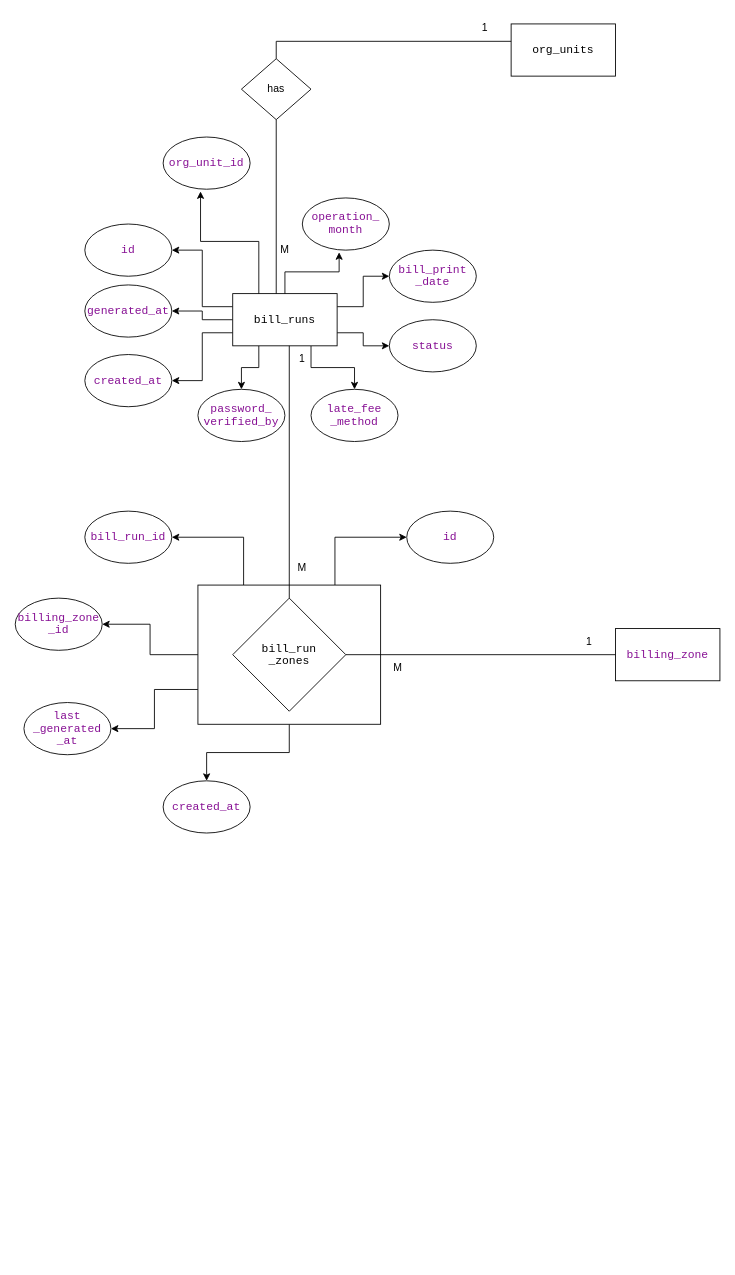
NimnaKs/SoftCare-ERD keeps this draw.io diagram as ERD/SoftCare ERD Diagram.drawio. Above is the earlier version. Source tidied: cells renumbered, new cells numbered last; positions are measured from the earlier drawing's top-left corner, leaving out a move shared by most shapes. Both pictures are drawn from the tidied source at 87%, with x=0, y=0 at pixel (15, 15).
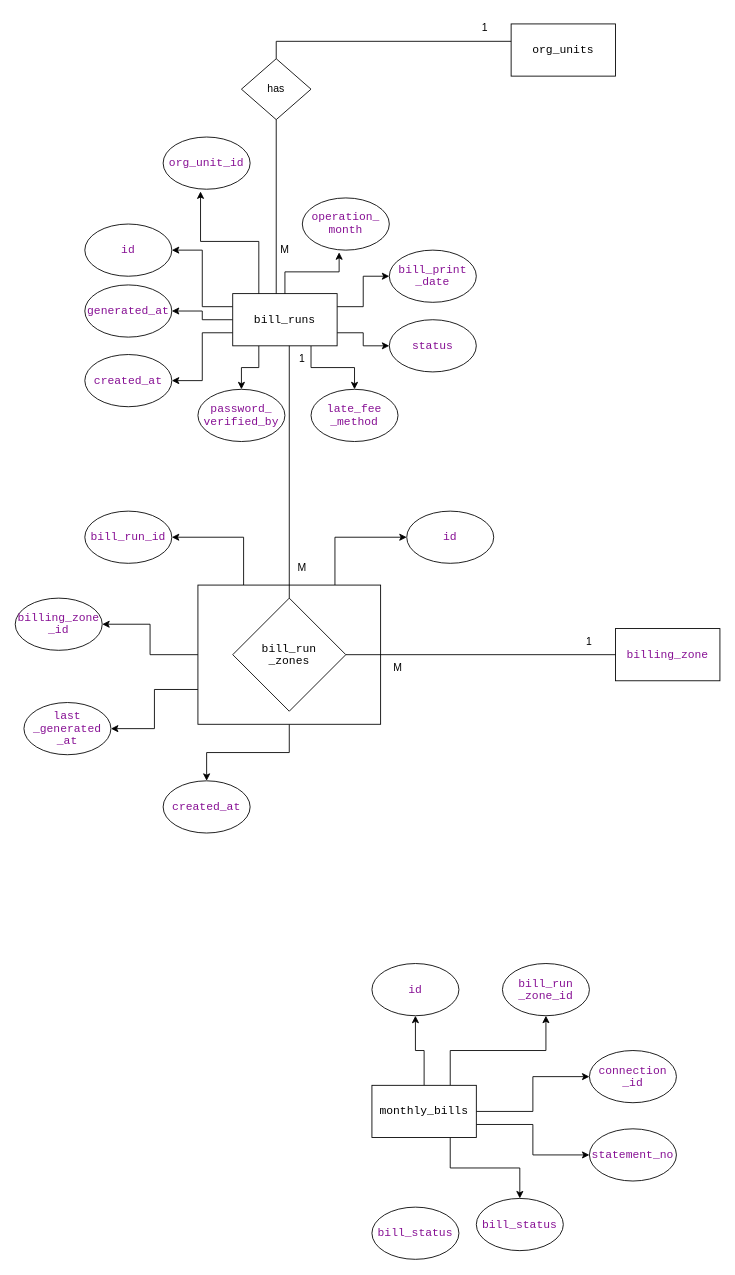
The same page after the edit.

The edit, as a diff of the source:
```diff
@@
-    <mxCell id="34" value="&lt;div style=&quot;background-color: rgb(255, 255, 255); color: rgb(8, 8, 8);&quot;&gt;&lt;pre style=&quot;font-family:'JetBrains Mono',monospace;font-size:9.8pt;&quot;&gt;&lt;div style=&quot;background-color:#ffffff;color:#080808&quot;&gt;&lt;pre style=&quot;font-family:'JetBrains Mono',monospace;font-size:9.8pt;&quot;&gt;&lt;span style=&quot;color:#871094;&quot;&gt;billing_zone&lt;/span&gt;&lt;/pre&gt;&lt;/div&gt;&lt;/pre&gt;&lt;/div&gt;" style="rounded=0;whiteSpace=wrap;html=1;" parent="1" vertex="1">
+    <mxCell id="34" value="&lt;div style=&quot;background-color: rgb(255, 255, 255);&quot;&gt;&lt;pre style=&quot;font-family: &amp;quot;JetBrains Mono&amp;quot;, monospace; font-size: 9.8pt;&quot;&gt;&lt;div style=&quot;background-color: rgb(255, 255, 255);&quot;&gt;&lt;pre style=&quot;font-family: &amp;quot;JetBrains Mono&amp;quot;, monospace; font-size: 9.8pt;&quot;&gt;&lt;span&gt;&lt;font style=&quot;color: light-dark(rgb(135, 16, 148), rgb(230, 230, 230));&quot;&gt;billing_zone&lt;/font&gt;&lt;/span&gt;&lt;/pre&gt;&lt;/div&gt;&lt;/pre&gt;&lt;/div&gt;" style="rounded=0;whiteSpace=wrap;html=1;" parent="1" vertex="1">
       <mxGeometry x="690" y="705" width="120" height="60" as="geometry" />
     </mxCell>
@@
+    <mxCell id="47" style="edgeStyle=orthogonalEdgeStyle;rounded=0;jettySize=auto;html=1;exitX=0.5;exitY=0;exitDx=0;exitDy=0;entryX=0.5;entryY=1;entryDx=0;entryDy=0;" parent="1" edge="1" source="52" target="53">
+      <mxGeometry relative="1" as="geometry" />
+    </mxCell>
+    <mxCell id="48" style="edgeStyle=orthogonalEdgeStyle;rounded=0;jettySize=auto;html=1;exitX=0.75;exitY=0;exitDx=0;exitDy=0;entryX=0.5;entryY=1;entryDx=0;entryDy=0;" parent="1" edge="1" source="52" target="54">
+      <mxGeometry relative="1" as="geometry" />
+    </mxCell>
+    <mxCell id="49" style="edgeStyle=orthogonalEdgeStyle;rounded=0;jettySize=auto;html=1;exitX=1;exitY=0.5;exitDx=0;exitDy=0;entryX=0;entryY=0.5;entryDx=0;entryDy=0;" parent="1" edge="1" source="52" target="55">
+      <mxGeometry relative="1" as="geometry" />
+    </mxCell>
+    <mxCell id="50" style="edgeStyle=orthogonalEdgeStyle;rounded=0;jettySize=auto;html=1;exitX=1;exitY=0.75;exitDx=0;exitDy=0;entryX=0;entryY=0.5;entryDx=0;entryDy=0;" parent="1" edge="1" source="52" target="56">
+      <mxGeometry relative="1" as="geometry" />
+    </mxCell>
+    <mxCell id="51" style="edgeStyle=orthogonalEdgeStyle;rounded=0;jettySize=auto;html=1;exitX=0.75;exitY=1;exitDx=0;exitDy=0;entryX=0.5;entryY=0;entryDx=0;entryDy=0;" parent="1" edge="1" source="52" target="57">
+      <mxGeometry relative="1" as="geometry" />
+    </mxCell>
+    <mxCell id="52" value="&lt;div style=&quot;background-color:#ffffff;color:#080808&quot;&gt;&lt;pre style=&quot;font-family:'JetBrains Mono',monospace;font-size:9.8pt;&quot;&gt;&lt;span style=&quot;color:#000000;&quot;&gt;monthly_bills&lt;/span&gt;&lt;/pre&gt;&lt;/div&gt;" style="rounded=0;whiteSpace=wrap;html=1;" parent="1" vertex="1">
+      <mxGeometry x="410" y="1230" width="120" height="60" as="geometry" />
+    </mxCell>
+    <mxCell id="53" value="&lt;div style=&quot;background-color: rgb(255, 255, 255); color: rgb(8, 8, 8);&quot;&gt;&lt;pre style=&quot;font-family: &amp;quot;JetBrains Mono&amp;quot;, monospace;&quot;&gt;&lt;div style=&quot;background-color: rgb(255, 255, 255); color: rgb(8, 8, 8); line-height: 10%;&quot;&gt;&lt;pre style=&quot;font-family: &amp;quot;JetBrains Mono&amp;quot;, monospace; font-size: 9.8pt; line-height: 10%;&quot;&gt;&lt;div style=&quot;background-color: rgb(255, 255, 255); color: rgb(8, 8, 8);&quot;&gt;&lt;pre style=&quot;font-family:'JetBrains Mono',monospace;font-size:9.8pt;&quot;&gt;&lt;div style=&quot;background-color:#ffffff;color:#080808&quot;&gt;&lt;pre style=&quot;font-family:'JetBrains Mono',monospace;font-size:9.8pt;&quot;&gt;&lt;span style=&quot;color:#871094;&quot;&gt;id&lt;/span&gt;&lt;/pre&gt;&lt;/div&gt;&lt;/pre&gt;&lt;/div&gt;&lt;/pre&gt;&lt;/div&gt;&lt;/pre&gt;&lt;/div&gt;" style="ellipse;whiteSpace=wrap;html=1;" parent="1" vertex="1">
+      <mxGeometry x="410" y="1090" width="100" height="60" as="geometry" />
+    </mxCell>
+    <mxCell id="54" value="&lt;div style=&quot;background-color: rgb(255, 255, 255); color: rgb(8, 8, 8);&quot;&gt;&lt;pre style=&quot;font-family: &amp;quot;JetBrains Mono&amp;quot;, monospace;&quot;&gt;&lt;div style=&quot;background-color: rgb(255, 255, 255); color: rgb(8, 8, 8); line-height: 10%;&quot;&gt;&lt;pre style=&quot;font-family: &amp;quot;JetBrains Mono&amp;quot;, monospace; font-size: 9.8pt; line-height: 10%;&quot;&gt;&lt;div style=&quot;background-color: rgb(255, 255, 255); color: rgb(8, 8, 8);&quot;&gt;&lt;pre style=&quot;font-family:'JetBrains Mono',monospace;font-size:9.8pt;&quot;&gt;&lt;div style=&quot;background-color: rgb(255, 255, 255); color: rgb(8, 8, 8);&quot;&gt;&lt;pre style=&quot;font-family:'JetBrains Mono',monospace;font-size:9.8pt;&quot;&gt;&lt;div style=&quot;background-color: rgb(255, 255, 255); color: rgb(8, 8, 8);&quot;&gt;&lt;pre style=&quot;font-family:'JetBrains Mono',monospace;font-size:9.8pt;&quot;&gt;&lt;span style=&quot;color: rgb(135, 16, 148);&quot;&gt;bill_run&lt;/span&gt;&lt;/pre&gt;&lt;pre style=&quot;font-family:'JetBrains Mono',monospace;font-size:9.8pt;&quot;&gt;&lt;span style=&quot;color: rgb(135, 16, 148);&quot;&gt;_zone_id&lt;/span&gt;&lt;/pre&gt;&lt;/div&gt;&lt;/pre&gt;&lt;/div&gt;&lt;/pre&gt;&lt;/div&gt;&lt;/pre&gt;&lt;/div&gt;&lt;/pre&gt;&lt;/div&gt;" style="ellipse;whiteSpace=wrap;html=1;" parent="1" vertex="1">
+      <mxGeometry x="560" y="1090" width="100" height="60" as="geometry" />
+    </mxCell>
+    <mxCell id="55" value="&lt;div style=&quot;background-color: rgb(255, 255, 255); color: rgb(8, 8, 8);&quot;&gt;&lt;pre style=&quot;font-family: &amp;quot;JetBrains Mono&amp;quot;, monospace;&quot;&gt;&lt;div style=&quot;background-color: rgb(255, 255, 255); color: rgb(8, 8, 8); line-height: 10%;&quot;&gt;&lt;pre style=&quot;font-family: &amp;quot;JetBrains Mono&amp;quot;, monospace; font-size: 9.8pt; line-height: 10%;&quot;&gt;&lt;div style=&quot;background-color: rgb(255, 255, 255); color: rgb(8, 8, 8);&quot;&gt;&lt;pre style=&quot;font-family:'JetBrains Mono',monospace;font-size:9.8pt;&quot;&gt;&lt;div style=&quot;background-color: rgb(255, 255, 255); color: rgb(8, 8, 8);&quot;&gt;&lt;pre style=&quot;font-family:'JetBrains Mono',monospace;font-size:9.8pt;&quot;&gt;&lt;div style=&quot;background-color: rgb(255, 255, 255); color: rgb(8, 8, 8);&quot;&gt;&lt;pre style=&quot;font-family:'JetBrains Mono',monospace;font-size:9.8pt;&quot;&gt;&lt;div style=&quot;background-color: rgb(255, 255, 255); color: rgb(8, 8, 8);&quot;&gt;&lt;pre style=&quot;font-family:'JetBrains Mono',monospace;font-size:9.8pt;&quot;&gt;&lt;span style=&quot;color: rgb(135, 16, 148);&quot;&gt;connection&lt;/span&gt;&lt;/pre&gt;&lt;pre style=&quot;font-family:'JetBrains Mono',monospace;font-size:9.8pt;&quot;&gt;&lt;span style=&quot;color: rgb(135, 16, 148);&quot;&gt;_id&lt;/span&gt;&lt;/pre&gt;&lt;/div&gt;&lt;/pre&gt;&lt;/div&gt;&lt;/pre&gt;&lt;/div&gt;&lt;/pre&gt;&lt;/div&gt;&lt;/pre&gt;&lt;/div&gt;&lt;/pre&gt;&lt;/div&gt;" style="ellipse;whiteSpace=wrap;html=1;" parent="1" vertex="1">
+      <mxGeometry x="660" y="1190" width="100" height="60" as="geometry" />
+    </mxCell>
+    <mxCell id="56" value="&lt;div style=&quot;background-color: rgb(255, 255, 255); color: rgb(8, 8, 8);&quot;&gt;&lt;pre style=&quot;font-family: &amp;quot;JetBrains Mono&amp;quot;, monospace;&quot;&gt;&lt;div style=&quot;background-color: rgb(255, 255, 255); color: rgb(8, 8, 8); line-height: 10%;&quot;&gt;&lt;pre style=&quot;font-family: &amp;quot;JetBrains Mono&amp;quot;, monospace; font-size: 9.8pt; line-height: 10%;&quot;&gt;&lt;div style=&quot;background-color: rgb(255, 255, 255); color: rgb(8, 8, 8);&quot;&gt;&lt;pre style=&quot;font-family:'JetBrains Mono',monospace;font-size:9.8pt;&quot;&gt;&lt;div style=&quot;background-color: rgb(255, 255, 255); color: rgb(8, 8, 8);&quot;&gt;&lt;pre style=&quot;font-family:'JetBrains Mono',monospace;font-size:9.8pt;&quot;&gt;&lt;div style=&quot;background-color: rgb(255, 255, 255); color: rgb(8, 8, 8);&quot;&gt;&lt;pre style=&quot;font-family:'JetBrains Mono',monospace;font-size:9.8pt;&quot;&gt;&lt;div style=&quot;background-color: rgb(255, 255, 255); color: rgb(8, 8, 8);&quot;&gt;&lt;pre style=&quot;font-family:'JetBrains Mono',monospace;font-size:9.8pt;&quot;&gt;&lt;div style=&quot;background-color:#ffffff;color:#080808&quot;&gt;&lt;pre style=&quot;font-family:'JetBrains Mono',monospace;font-size:9.8pt;&quot;&gt;&lt;span style=&quot;color:#871094;&quot;&gt;statement_no&lt;/span&gt;&lt;/pre&gt;&lt;/div&gt;&lt;/pre&gt;&lt;/div&gt;&lt;/pre&gt;&lt;/div&gt;&lt;/pre&gt;&lt;/div&gt;&lt;/pre&gt;&lt;/div&gt;&lt;/pre&gt;&lt;/div&gt;&lt;/pre&gt;&lt;/div&gt;" style="ellipse;whiteSpace=wrap;html=1;" parent="1" vertex="1">
+      <mxGeometry x="660" y="1280" width="100" height="60" as="geometry" />
+    </mxCell>
+    <mxCell id="57" value="&lt;div style=&quot;background-color: rgb(255, 255, 255); color: rgb(8, 8, 8);&quot;&gt;&lt;pre style=&quot;font-family: &amp;quot;JetBrains Mono&amp;quot;, monospace;&quot;&gt;&lt;div style=&quot;background-color: rgb(255, 255, 255); color: rgb(8, 8, 8); line-height: 10%;&quot;&gt;&lt;pre style=&quot;font-family: &amp;quot;JetBrains Mono&amp;quot;, monospace; font-size: 9.8pt; line-height: 10%;&quot;&gt;&lt;div style=&quot;background-color: rgb(255, 255, 255); color: rgb(8, 8, 8);&quot;&gt;&lt;pre style=&quot;font-family:'JetBrains Mono',monospace;font-size:9.8pt;&quot;&gt;&lt;div style=&quot;background-color: rgb(255, 255, 255); color: rgb(8, 8, 8);&quot;&gt;&lt;pre style=&quot;font-family:'JetBrains Mono',monospace;font-size:9.8pt;&quot;&gt;&lt;div style=&quot;background-color: rgb(255, 255, 255); color: rgb(8, 8, 8);&quot;&gt;&lt;pre style=&quot;font-family:'JetBrains Mono',monospace;font-size:9.8pt;&quot;&gt;&lt;div style=&quot;background-color: rgb(255, 255, 255); color: rgb(8, 8, 8);&quot;&gt;&lt;pre style=&quot;font-family:'JetBrains Mono',monospace;font-size:9.8pt;&quot;&gt;&lt;div style=&quot;background-color: rgb(255, 255, 255); color: rgb(8, 8, 8);&quot;&gt;&lt;pre style=&quot;font-family:'JetBrains Mono',monospace;font-size:9.8pt;&quot;&gt;&lt;div style=&quot;background-color:#ffffff;color:#080808&quot;&gt;&lt;pre style=&quot;font-family:'JetBrains Mono',monospace;font-size:9.8pt;&quot;&gt;&lt;span style=&quot;color:#871094;&quot;&gt;bill_status&lt;/span&gt;&lt;/pre&gt;&lt;/div&gt;&lt;/pre&gt;&lt;/div&gt;&lt;/pre&gt;&lt;/div&gt;&lt;/pre&gt;&lt;/div&gt;&lt;/pre&gt;&lt;/div&gt;&lt;/pre&gt;&lt;/div&gt;&lt;/pre&gt;&lt;/div&gt;&lt;/pre&gt;&lt;/div&gt;" style="ellipse;whiteSpace=wrap;html=1;" parent="1" vertex="1">
+      <mxGeometry x="530" y="1360" width="100" height="60" as="geometry" />
+    </mxCell>
+    <mxCell id="58" value="&lt;div style=&quot;background-color: rgb(255, 255, 255); color: rgb(8, 8, 8);&quot;&gt;&lt;pre style=&quot;font-family: &amp;quot;JetBrains Mono&amp;quot;, monospace;&quot;&gt;&lt;div style=&quot;background-color: rgb(255, 255, 255); color: rgb(8, 8, 8); line-height: 10%;&quot;&gt;&lt;pre style=&quot;font-family: &amp;quot;JetBrains Mono&amp;quot;, monospace; font-size: 9.8pt; line-height: 10%;&quot;&gt;&lt;div style=&quot;background-color: rgb(255, 255, 255); color: rgb(8, 8, 8);&quot;&gt;&lt;pre style=&quot;font-family:'JetBrains Mono',monospace;font-size:9.8pt;&quot;&gt;&lt;div style=&quot;background-color: rgb(255, 255, 255); color: rgb(8, 8, 8);&quot;&gt;&lt;pre style=&quot;font-family:'JetBrains Mono',monospace;font-size:9.8pt;&quot;&gt;&lt;div style=&quot;background-color: rgb(255, 255, 255); color: rgb(8, 8, 8);&quot;&gt;&lt;pre style=&quot;font-family:'JetBrains Mono',monospace;font-size:9.8pt;&quot;&gt;&lt;div style=&quot;background-color: rgb(255, 255, 255); color: rgb(8, 8, 8);&quot;&gt;&lt;pre style=&quot;font-family:'JetBrains Mono',monospace;font-size:9.8pt;&quot;&gt;&lt;div style=&quot;background-color: rgb(255, 255, 255); color: rgb(8, 8, 8);&quot;&gt;&lt;pre style=&quot;font-family:'JetBrains Mono',monospace;font-size:9.8pt;&quot;&gt;&lt;div style=&quot;background-color:#ffffff;color:#080808&quot;&gt;&lt;pre style=&quot;font-family:'JetBrains Mono',monospace;font-size:9.8pt;&quot;&gt;&lt;span style=&quot;color:#871094;&quot;&gt;bill_status&lt;/span&gt;&lt;/pre&gt;&lt;/div&gt;&lt;/pre&gt;&lt;/div&gt;&lt;/pre&gt;&lt;/div&gt;&lt;/pre&gt;&lt;/div&gt;&lt;/pre&gt;&lt;/div&gt;&lt;/pre&gt;&lt;/div&gt;&lt;/pre&gt;&lt;/div&gt;&lt;/pre&gt;&lt;/div&gt;" style="ellipse;whiteSpace=wrap;html=1;" parent="1" vertex="1">
+      <mxGeometry x="410" y="1370" width="100" height="60" as="geometry" />
+    </mxCell>
```
